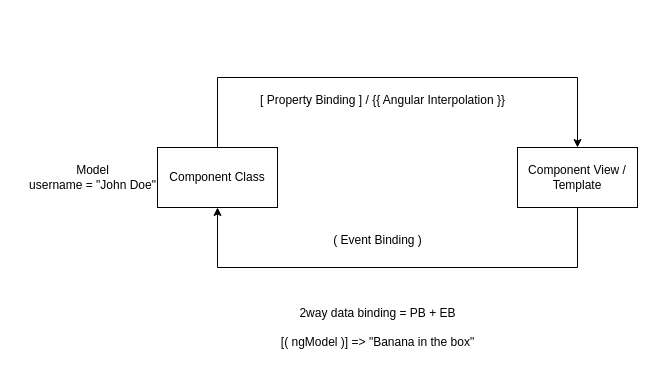
synergy2411/dec-24-ng keeps this draw.io diagram as page "Page-2" (2 of 8) of refs/ng-diagrams.drawio. Above is the earlier version. Source tidied: cells renumbered, new cells numbered last; positions are measured from the earlier drawing's top-left corner, leaving out a move shared by most shapes. Both pictures are drawn from the tidied source at 100%, with x=0, y=0 at pixel (17, 77).
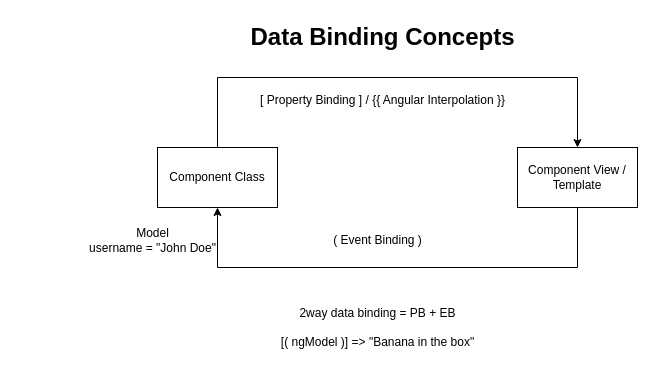
After the change.

Diff of the diagram source:
```diff
@@
 <mxGraphModel>
   <root>
     <mxCell id="0" />
     <mxCell id="1" parent="0" />
     <mxCell id="2" style="edgeStyle=orthogonalEdgeStyle;rounded=0;jettySize=auto;html=1;exitX=0.5;exitY=0;exitDx=0;exitDy=0;entryX=0.5;entryY=0;entryDx=0;entryDy=0;" parent="1" edge="1" source="3" target="5">
       <mxGeometry relative="1" as="geometry">
         <Array as="points">
           <mxPoint x="200" />
           <mxPoint x="560" />
         </Array>
       </mxGeometry>
     </mxCell>
     <mxCell id="3" value="Component Class" style="rounded=0;whiteSpace=wrap;html=1;" parent="1" vertex="1">
       <mxGeometry x="140" y="70" width="120" height="60" as="geometry" />
     </mxCell>
     <mxCell id="4" style="edgeStyle=orthogonalEdgeStyle;rounded=0;jettySize=auto;html=1;exitX=0.5;exitY=1;exitDx=0;exitDy=0;entryX=0.5;entryY=1;entryDx=0;entryDy=0;" parent="1" edge="1" source="5" target="3">
       <mxGeometry relative="1" as="geometry">
         <Array as="points">
           <mxPoint x="560" y="190" />
           <mxPoint x="200" y="190" />
         </Array>
       </mxGeometry>
     </mxCell>
     <mxCell id="5" value="Component View / Template" style="rounded=0;whiteSpace=wrap;html=1;" parent="1" vertex="1">
       <mxGeometry x="500" y="70" width="120" height="60" as="geometry" />
     </mxCell>
     <mxCell id="6" value="Model&lt;div&gt;username = &quot;John Doe&quot;&lt;/div&gt;" style="text;html=1;align=center;verticalAlign=middle;strokeColor=none;fillColor=none;" parent="1" vertex="1">
-      <mxGeometry y="80" width="150" height="40" as="geometry" />
+      <mxGeometry x="60" y="143" width="150" height="40" as="geometry" />
     </mxCell>
     <mxCell id="7" value="[ Property Binding ] / {{ Angular Interpolation }}" style="text;html=1;align=center;verticalAlign=middle;strokeColor=none;fillColor=none;" parent="1" vertex="1">
       <mxGeometry x="230" y="8" width="270" height="30" as="geometry" />
     </mxCell>
     <mxCell id="8" value="( Event Binding )" style="text;html=1;align=center;verticalAlign=middle;strokeColor=none;fillColor=none;" parent="1" vertex="1">
       <mxGeometry x="305" y="148" width="110" height="30" as="geometry" />
     </mxCell>
     <mxCell id="9" value="2way data binding = PB + EB&lt;div&gt;&lt;br&gt;&lt;/div&gt;&lt;div&gt;[( ngModel )] =&amp;gt; &quot;Banana in the box&quot;&lt;/div&gt;" style="text;html=1;align=center;verticalAlign=middle;strokeColor=none;fillColor=none;" parent="1" vertex="1">
       <mxGeometry x="250" y="220" width="220" height="60" as="geometry" />
     </mxCell>
+    <mxCell id="10" value="Data Binding Concepts" style="text;strokeColor=none;fillColor=none;html=1;fontSize=24;fontStyle=1;verticalAlign=middle;align=center;" parent="1" vertex="1">
+      <mxGeometry x="315" y="-60" width="100" height="40" as="geometry" />
+    </mxCell>
   </root>
 </mxGraphModel>
```
